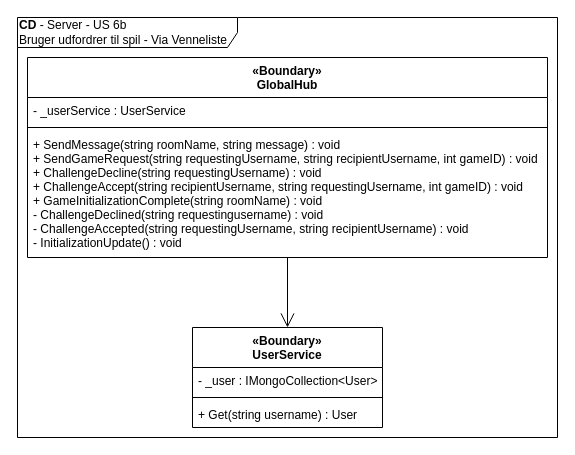
The draw.io diagram page "CD-Server" (3 of 3) of diagrams/arkitektur/US6a_challenge-chat.drawio in Macradon/I7BAC-PlugNPlay, before the edit. Source tidied: cells renumbered, new cells numbered last; positions are measured from the earlier drawing's top-left corner, leaving out a move shared by most shapes. Both pictures are drawn from the tidied source at 100%, with x=0, y=0 at pixel (17, 17).
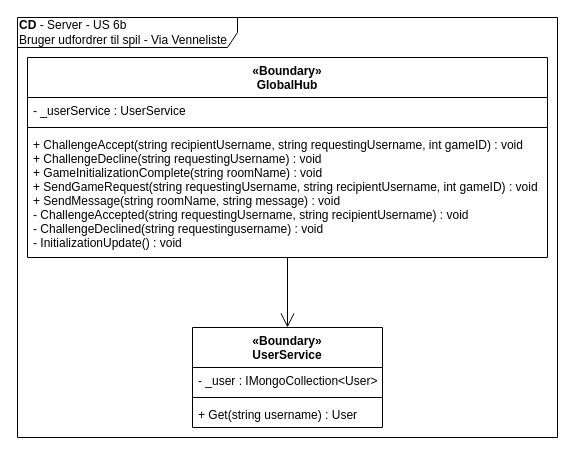
After the change.

Diff of the diagram source:
```diff
@@
 <mxGraphModel>
   <root>
     <mxCell id="0" />
     <mxCell id="1" parent="0" />
     <mxCell id="2" value="&lt;b&gt;CD&lt;/b&gt;&amp;nbsp;- Server&amp;nbsp;- US 6b&lt;br&gt;Bruger udfordrer til spil - Via Venneliste" style="shape=umlFrame;whiteSpace=wrap;html=1;labelBackgroundColor=#ffffff;align=left;width=220;height=30;" parent="1" vertex="1">
       <mxGeometry width="540" height="420" as="geometry" />
     </mxCell>
     <mxCell id="3" style="edgeStyle=orthogonalEdgeStyle;rounded=0;jettySize=auto;html=1;endArrow=open;endFill=0;endSize=12;" parent="1" edge="1" source="4" target="8">
       <mxGeometry relative="1" as="geometry" />
     </mxCell>
     <mxCell id="4" value="«Boundary»&#10;GlobalHub" style="swimlane;fontStyle=1;align=center;verticalAlign=top;horizontal=1;startSize=40;" parent="1" vertex="1">
       <mxGeometry x="10" y="40" width="520" height="200" as="geometry" />
     </mxCell>
     <mxCell id="5" value="- _userService : UserService" style="text;strokeColor=none;fillColor=none;align=left;verticalAlign=top;spacingLeft=4;spacingRight=4;overflow=hidden;" parent="4" vertex="1">
       <mxGeometry y="40" width="520" height="26" as="geometry" />
     </mxCell>
     <mxCell id="6" style="line;strokeWidth=1;fillColor=none;align=left;verticalAlign=middle;spacingTop=-1;spacingLeft=3;spacingRight=3;labelPosition=right;" parent="4" vertex="1">
       <mxGeometry y="66" width="520" height="8" as="geometry" />
     </mxCell>
-    <mxCell id="7" value="+ SendMessage(string roomName, string message) : void&#10;+ SendGameRequest(string requestingUsername, string recipientUsername, int gameID) : void&#10;+ ChallengeDecline(string requestingUsername) : void&#10;+ ChallengeAccept(string recipientUsername, string requestingUsername, int gameID) : void&#10;+ GameInitializationComplete(string roomName) : void&#10;- ChallengeDeclined(string requestingusername) : void&#10;- ChallengeAccepted(string requestingUsername, string recipientUsername) : void&#10;- InitializationUpdate() : void" style="text;strokeColor=none;fillColor=none;align=left;verticalAlign=top;spacingLeft=4;spacingRight=4;overflow=hidden;" parent="4" vertex="1">
+    <mxCell id="7" value="+ ChallengeAccept(string recipientUsername, string requestingUsername, int gameID) : void&#10;+ ChallengeDecline(string requestingUsername) : void&#10;+ GameInitializationComplete(string roomName) : void&#10;+ SendGameRequest(string requestingUsername, string recipientUsername, int gameID) : void&#10;+ SendMessage(string roomName, string message) : void&#10;- ChallengeAccepted(string requestingUsername, string recipientUsername) : void&#10;- ChallengeDeclined(string requestingusername) : void&#10;- InitializationUpdate() : void" style="text;strokeColor=none;fillColor=none;align=left;verticalAlign=top;spacingLeft=4;spacingRight=4;overflow=hidden;" parent="4" vertex="1">
       <mxGeometry y="74" width="520" height="126" as="geometry" />
     </mxCell>
     <mxCell id="8" value="«Boundary»&#10;UserService" style="swimlane;fontStyle=1;align=center;verticalAlign=top;horizontal=1;startSize=40;" parent="1" vertex="1">
       <mxGeometry x="175" y="310" width="190" height="100" as="geometry" />
     </mxCell>
     <mxCell id="9" value="- _user : IMongoCollection&lt;User&gt;" style="text;strokeColor=none;fillColor=none;align=left;verticalAlign=top;spacingLeft=4;spacingRight=4;overflow=hidden;" parent="8" vertex="1">
       <mxGeometry y="40" width="190" height="26" as="geometry" />
     </mxCell>
     <mxCell id="10" style="line;strokeWidth=1;fillColor=none;align=left;verticalAlign=middle;spacingTop=-1;spacingLeft=3;spacingRight=3;labelPosition=right;" parent="8" vertex="1">
       <mxGeometry y="66" width="190" height="8" as="geometry" />
     </mxCell>
     <mxCell id="11" value="+ Get(string username) : User" style="text;strokeColor=none;fillColor=none;align=left;verticalAlign=top;spacingLeft=4;spacingRight=4;overflow=hidden;" parent="8" vertex="1">
       <mxGeometry y="74" width="190" height="26" as="geometry" />
     </mxCell>
   </root>
 </mxGraphModel>
```
